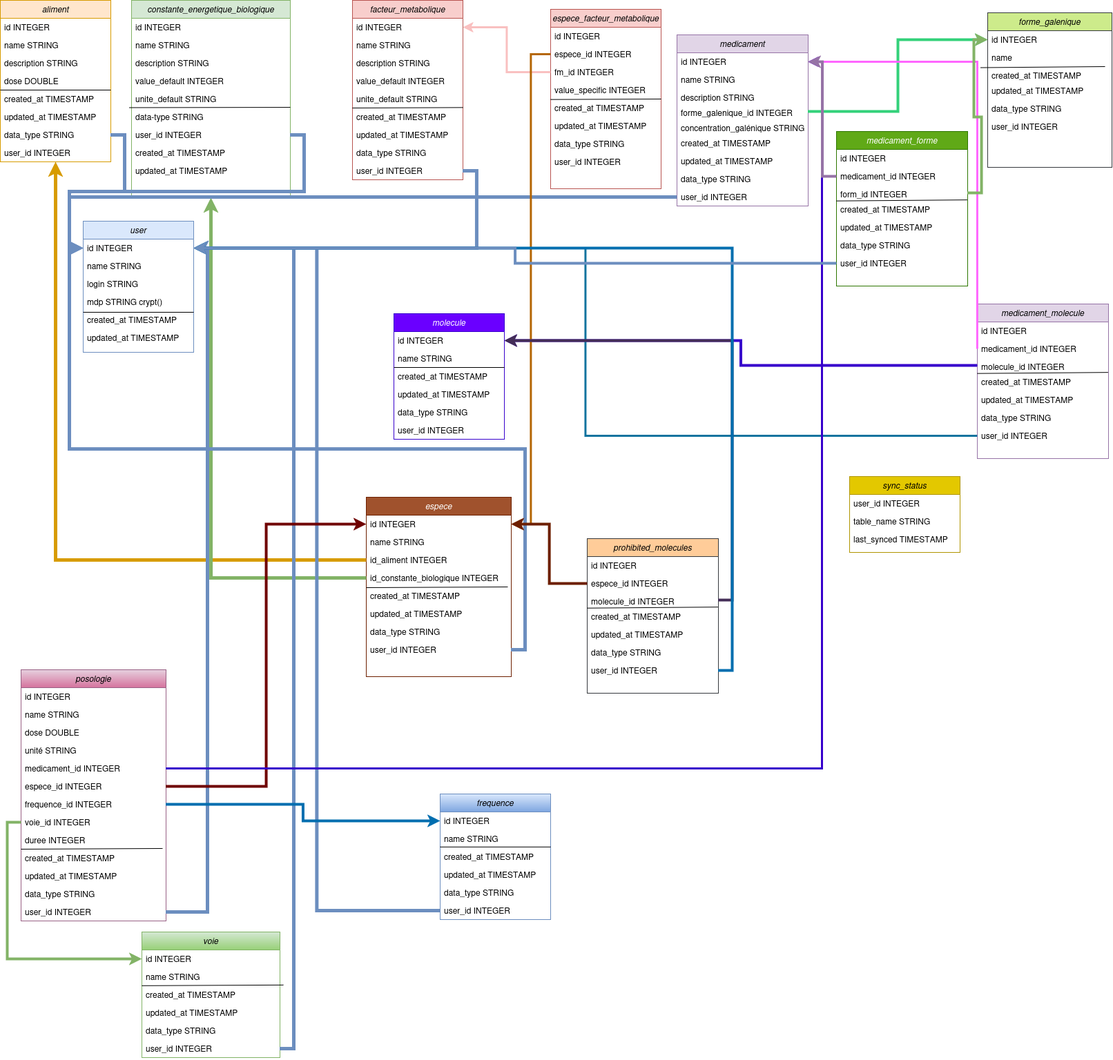
Before: Bourgelab.drawio.png, a diagram exported from draw.io (adrienCaminade/adrienCaminade). Source tidied: cells renumbered, new cells last; positions are measured from the earlier drawing's top-left corner, leaving out a move shared by most shapes.
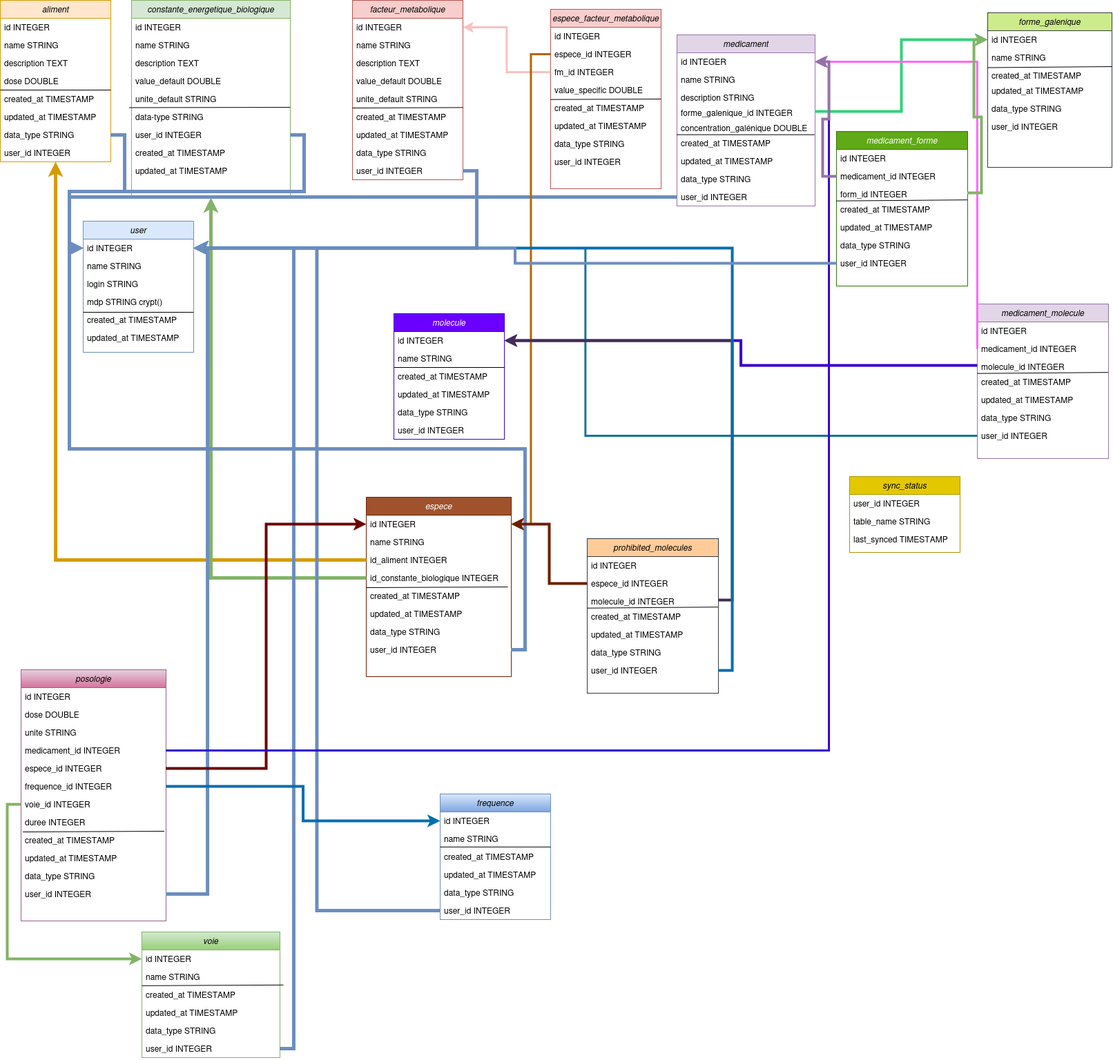
After the change.

Change to the diagram source:
```diff
@@ -11,7 +11,7 @@
     <mxCell id="4" value="name STRING" style="text;align=left;verticalAlign=top;spacingLeft=4;spacingRight=4;overflow=hidden;rounded=0;shadow=0;html=0;" parent="2" vertex="1">
       <mxGeometry y="52" width="160" height="26" as="geometry" />
     </mxCell>
-    <mxCell id="5" value="description STRING" style="text;align=left;verticalAlign=top;spacingLeft=4;spacingRight=4;overflow=hidden;rounded=0;shadow=0;html=0;" parent="2" vertex="1">
+    <mxCell id="5" value="description TEXT" style="text;align=left;verticalAlign=top;spacingLeft=4;spacingRight=4;overflow=hidden;rounded=0;shadow=0;html=0;" parent="2" vertex="1">
       <mxGeometry y="78" width="160" height="26" as="geometry" />
     </mxCell>
     <mxCell id="6" value="dose DOUBLE" style="text;align=left;verticalAlign=top;spacingLeft=4;spacingRight=4;overflow=hidden;rounded=0;shadow=0;html=0;" parent="2" vertex="1">
@@ -44,10 +44,10 @@
     <mxCell id="14" value="name STRING" style="text;align=left;verticalAlign=top;spacingLeft=4;spacingRight=4;overflow=hidden;rounded=0;shadow=0;html=0;" parent="12" vertex="1">
       <mxGeometry y="52" width="230" height="26" as="geometry" />
     </mxCell>
-    <mxCell id="15" value="description STRING" style="text;align=left;verticalAlign=top;spacingLeft=4;spacingRight=4;overflow=hidden;rounded=0;shadow=0;html=0;" parent="12" vertex="1">
+    <mxCell id="15" value="description TEXT" style="text;align=left;verticalAlign=top;spacingLeft=4;spacingRight=4;overflow=hidden;rounded=0;shadow=0;html=0;" parent="12" vertex="1">
       <mxGeometry y="78" width="230" height="26" as="geometry" />
     </mxCell>
-    <mxCell id="16" value="value_default INTEGER" style="text;align=left;verticalAlign=top;spacingLeft=4;spacingRight=4;overflow=hidden;rounded=0;shadow=0;html=0;" parent="12" vertex="1">
+    <mxCell id="16" value="value_default DOUBLE" style="text;align=left;verticalAlign=top;spacingLeft=4;spacingRight=4;overflow=hidden;rounded=0;shadow=0;html=0;" parent="12" vertex="1">
       <mxGeometry y="104" width="230" height="26" as="geometry" />
     </mxCell>
     <mxCell id="17" value="unite_default STRING" style="text;align=left;verticalAlign=top;spacingLeft=4;spacingRight=4;overflow=hidden;rounded=0;shadow=0;html=0;" parent="12" vertex="1">
@@ -80,10 +80,10 @@
     <mxCell id="25" value="name STRING" style="text;align=left;verticalAlign=top;spacingLeft=4;spacingRight=4;overflow=hidden;rounded=0;shadow=0;html=0;" parent="23" vertex="1">
       <mxGeometry y="52" width="160" height="26" as="geometry" />
     </mxCell>
-    <mxCell id="26" value="description STRING" style="text;align=left;verticalAlign=top;spacingLeft=4;spacingRight=4;overflow=hidden;rounded=0;shadow=0;html=0;" parent="23" vertex="1">
+    <mxCell id="26" value="description TEXT" style="text;align=left;verticalAlign=top;spacingLeft=4;spacingRight=4;overflow=hidden;rounded=0;shadow=0;html=0;" parent="23" vertex="1">
       <mxGeometry y="78" width="160" height="26" as="geometry" />
     </mxCell>
-    <mxCell id="27" value="value_default INTEGER" style="text;align=left;verticalAlign=top;spacingLeft=4;spacingRight=4;overflow=hidden;rounded=0;shadow=0;html=0;" parent="23" vertex="1">
+    <mxCell id="27" value="value_default DOUBLE" style="text;align=left;verticalAlign=top;spacingLeft=4;spacingRight=4;overflow=hidden;rounded=0;shadow=0;html=0;" parent="23" vertex="1">
       <mxGeometry y="104" width="160" height="26" as="geometry" />
     </mxCell>
     <mxCell id="28" value="unite_default STRING" style="text;align=left;verticalAlign=top;spacingLeft=4;spacingRight=4;overflow=hidden;rounded=0;shadow=0;html=0;" parent="23" vertex="1">
@@ -141,34 +141,39 @@
       <mxGeometry y="208" width="210" height="26" as="geometry" />
     </mxCell>
     <mxCell id="44" value="medicament" style="swimlane;fontStyle=2;align=center;verticalAlign=top;horizontal=1;startSize=26;rounded=0;shadow=0;strokeWidth=1;fillColor=#e1d5e7;strokeColor=#9673a6;" parent="1" vertex="1">
-      <mxGeometry x="980" y="50" width="190" height="248" as="geometry" />
+      <mxGeometry x="980" y="50" width="200" height="248" as="geometry" />
     </mxCell>
     <mxCell id="45" value="id INTEGER" style="text;align=left;verticalAlign=top;spacingLeft=4;spacingRight=4;overflow=hidden;points=[[0,0.5],[1,0.5]];portConstraint=eastwest;" parent="44" vertex="1">
-      <mxGeometry y="26" width="190" height="26" as="geometry" />
+      <mxGeometry y="26" width="200" height="26" as="geometry" />
     </mxCell>
     <mxCell id="46" value="name STRING" style="text;align=left;verticalAlign=top;spacingLeft=4;spacingRight=4;overflow=hidden;rounded=0;shadow=0;html=0;" parent="44" vertex="1">
-      <mxGeometry y="52" width="190" height="26" as="geometry" />
+      <mxGeometry y="52" width="200" height="26" as="geometry" />
     </mxCell>
     <mxCell id="47" value="description STRING" style="text;align=left;verticalAlign=top;spacingLeft=4;spacingRight=4;overflow=hidden;rounded=0;shadow=0;html=0;" parent="44" vertex="1">
-      <mxGeometry y="78" width="190" height="22" as="geometry" />
+      <mxGeometry y="78" width="200" height="22" as="geometry" />
     </mxCell>
     <mxCell id="48" value="forme_galenique_id INTEGER" style="text;align=left;verticalAlign=top;spacingLeft=4;spacingRight=4;overflow=hidden;points=[[0,0.5],[1,0.5]];portConstraint=eastwest;rounded=0;shadow=0;html=0;" parent="44" vertex="1">
-      <mxGeometry y="100" width="190" height="22" as="geometry" />
+      <mxGeometry y="100" width="200" height="22" as="geometry" />
     </mxCell>
-    <mxCell id="49" value="concentration_galénique STRING" style="text;align=left;verticalAlign=top;spacingLeft=4;spacingRight=4;overflow=hidden;rounded=0;shadow=0;html=0;" parent="44" vertex="1">
-      <mxGeometry y="122" width="190" height="22" as="geometry" />
+    <mxCell id="49" value="concentration_galénique DOUBLE" style="text;align=left;verticalAlign=top;spacingLeft=4;spacingRight=4;overflow=hidden;rounded=0;shadow=0;html=0;" parent="44" vertex="1">
+      <mxGeometry y="122" width="200" height="22" as="geometry" />
     </mxCell>
+    <mxCell id="176" style="endArrow=none;html=1;rounded=0;entryX=0.995;entryY=0.027;entryDx=0;entryDy=0;entryPerimeter=0;" parent="44" edge="1" target="50">
+      <mxGeometry relative="1" as="geometry">
+        <mxPoint y="144.7" as="sourcePoint" />
+      </mxGeometry>
+    </mxCell>
     <mxCell id="50" value="created_at TIMESTAMP" style="text;align=left;verticalAlign=top;spacingLeft=4;spacingRight=4;overflow=hidden;points=[[0,0.5],[1,0.5]];portConstraint=eastwest;rounded=0;shadow=0;html=0;" parent="44" vertex="1">
-      <mxGeometry y="144" width="190" height="26" as="geometry" />
+      <mxGeometry y="144" width="200" height="26" as="geometry" />
     </mxCell>
     <mxCell id="51" value="updated_at TIMESTAMP" style="text;align=left;verticalAlign=top;spacingLeft=4;spacingRight=4;overflow=hidden;rounded=0;shadow=0;html=0;" parent="44" vertex="1">
-      <mxGeometry y="170" width="190" height="26" as="geometry" />
+      <mxGeometry y="170" width="200" height="26" as="geometry" />
     </mxCell>
     <mxCell id="52" value="data_type STRING" style="text;align=left;verticalAlign=top;spacingLeft=4;spacingRight=4;overflow=hidden;rounded=0;shadow=0;html=0;" parent="44" vertex="1">
-      <mxGeometry y="196" width="190" height="26" as="geometry" />
+      <mxGeometry y="196" width="200" height="26" as="geometry" />
     </mxCell>
     <mxCell id="53" value="user_id INTEGER" style="text;align=left;verticalAlign=top;spacingLeft=4;spacingRight=4;overflow=hidden;points=[[0,0.5],[1,0.5]];portConstraint=eastwest;rounded=0;shadow=0;html=0;" parent="44" vertex="1">
-      <mxGeometry y="222" width="190" height="26" as="geometry" />
+      <mxGeometry y="222" width="200" height="26" as="geometry" />
     </mxCell>
     <mxCell id="54" style="edgeStyle=orthogonalEdgeStyle;rounded=0;jettySize=auto;html=1;exitX=0;exitY=0.5;exitDx=0;exitDy=0;entryX=0.5;entryY=1;entryDx=0;entryDy=0;fillColor=#ffe6cc;strokeColor=#d79b00;strokeWidth=5;" parent="1" edge="1" source="37" target="2">
       <mxGeometry relative="1" as="geometry" />
@@ -293,47 +298,44 @@
     <mxCell id="91" value="id INTEGER" style="text;align=left;verticalAlign=top;spacingLeft=4;spacingRight=4;overflow=hidden;" parent="90" vertex="1">
       <mxGeometry y="26" width="210" height="26" as="geometry" />
     </mxCell>
-    <mxCell id="92" value="name STRING" style="text;align=left;verticalAlign=top;spacingLeft=4;spacingRight=4;overflow=hidden;rounded=0;shadow=0;html=0;" parent="90" vertex="1">
-      <mxGeometry y="52" width="210" height="26" as="geometry" />
-    </mxCell>
     <mxCell id="93" value="dose DOUBLE" style="text;align=left;verticalAlign=top;spacingLeft=4;spacingRight=4;overflow=hidden;rounded=0;shadow=0;html=0;" parent="90" vertex="1">
-      <mxGeometry y="78" width="210" height="26" as="geometry" />
+      <mxGeometry y="52" width="210" height="26" as="geometry" />
     </mxCell>
-    <mxCell id="94" value="unité STRING" style="text;align=left;verticalAlign=top;spacingLeft=4;spacingRight=4;overflow=hidden;rounded=0;shadow=0;html=0;" parent="90" vertex="1">
-      <mxGeometry y="104" width="210" height="26" as="geometry" />
+    <mxCell id="94" value="unite STRING" style="text;align=left;verticalAlign=top;spacingLeft=4;spacingRight=4;overflow=hidden;rounded=0;shadow=0;html=0;" parent="90" vertex="1">
+      <mxGeometry y="78" width="210" height="26" as="geometry" />
     </mxCell>
     <mxCell id="95" value="medicament_id INTEGER" style="text;align=left;verticalAlign=top;spacingLeft=4;spacingRight=4;overflow=hidden;points=[[0,0.5],[1,0.5]];portConstraint=eastwest;rounded=0;shadow=0;html=0;" parent="90" vertex="1">
-      <mxGeometry y="130" width="210" height="26" as="geometry" />
+      <mxGeometry y="104" width="210" height="26" as="geometry" />
     </mxCell>
     <mxCell id="96" value="espece_id INTEGER" style="text;align=left;verticalAlign=top;spacingLeft=4;spacingRight=4;overflow=hidden;points=[[0,0.5],[1,0.5]];portConstraint=eastwest;rounded=0;shadow=0;html=0;" parent="90" vertex="1">
-      <mxGeometry y="156" width="210" height="26" as="geometry" />
+      <mxGeometry y="130" width="210" height="26" as="geometry" />
     </mxCell>
     <mxCell id="97" value="frequence_id INTEGER" style="text;align=left;verticalAlign=top;spacingLeft=4;spacingRight=4;overflow=hidden;points=[[0,0.5],[1,0.5]];portConstraint=eastwest;rounded=0;shadow=0;html=0;" parent="90" vertex="1">
-      <mxGeometry y="182" width="210" height="26" as="geometry" />
+      <mxGeometry y="156" width="210" height="26" as="geometry" />
     </mxCell>
     <mxCell id="98" value="voie_id INTEGER" style="text;align=left;verticalAlign=top;spacingLeft=4;spacingRight=4;overflow=hidden;points=[[0,0.5],[1,0.5]];portConstraint=eastwest;rounded=0;shadow=0;html=0;" parent="90" vertex="1">
-      <mxGeometry y="208" width="210" height="26" as="geometry" />
+      <mxGeometry y="182" width="210" height="26" as="geometry" />
     </mxCell>
+    <mxCell id="101" style="endArrow=none;html=1;rounded=0;exitX=0.019;exitY=0.077;exitDx=0;exitDy=0;exitPerimeter=0;entryX=0.995;entryY=1.038;entryDx=0;entryDy=0;entryPerimeter=0;" parent="90" edge="1">
+      <mxGeometry relative="1" as="geometry">
+        <mxPoint x="2.5" y="235" as="sourcePoint" />
+        <mxPoint x="207.5" y="234" as="targetPoint" />
+      </mxGeometry>
+    </mxCell>
     <mxCell id="99" value="duree INTEGER" style="text;align=left;verticalAlign=top;spacingLeft=4;spacingRight=4;overflow=hidden;rounded=0;shadow=0;html=0;" parent="90" vertex="1">
-      <mxGeometry y="234" width="210" height="26" as="geometry" />
+      <mxGeometry y="208" width="210" height="26" as="geometry" />
     </mxCell>
     <mxCell id="100" value="created_at TIMESTAMP" style="text;align=left;verticalAlign=top;spacingLeft=4;spacingRight=4;overflow=hidden;rounded=0;shadow=0;html=0;" parent="90" vertex="1">
-      <mxGeometry y="260" width="210" height="26" as="geometry" />
+      <mxGeometry y="234" width="210" height="26" as="geometry" />
     </mxCell>
-    <mxCell id="101" style="endArrow=none;html=1;rounded=0;exitX=0.019;exitY=0.077;exitDx=0;exitDy=0;exitPerimeter=0;entryX=0.995;entryY=1.038;entryDx=0;entryDy=0;entryPerimeter=0;" parent="90" edge="1">
-      <mxGeometry relative="1" as="geometry">
-        <mxPoint y="260" as="sourcePoint" />
-        <mxPoint x="205" y="259" as="targetPoint" />
-      </mxGeometry>
-    </mxCell>
     <mxCell id="102" value="updated_at TIMESTAMP" style="text;align=left;verticalAlign=top;spacingLeft=4;spacingRight=4;overflow=hidden;rounded=0;shadow=0;html=0;" parent="90" vertex="1">
-      <mxGeometry y="286" width="210" height="26" as="geometry" />
+      <mxGeometry y="260" width="210" height="26" as="geometry" />
     </mxCell>
     <mxCell id="103" value="data_type STRING" style="text;align=left;verticalAlign=top;spacingLeft=4;spacingRight=4;overflow=hidden;rounded=0;shadow=0;html=0;" parent="90" vertex="1">
-      <mxGeometry y="312" width="210" height="26" as="geometry" />
+      <mxGeometry y="286" width="210" height="26" as="geometry" />
     </mxCell>
     <mxCell id="104" value="user_id INTEGER" style="text;align=left;verticalAlign=top;spacingLeft=4;spacingRight=4;overflow=hidden;points=[[0,0.5],[1,0.5]];portConstraint=eastwest;rounded=0;shadow=0;html=0;" parent="90" vertex="1">
-      <mxGeometry y="338" width="210" height="26" as="geometry" />
+      <mxGeometry y="312" width="210" height="26" as="geometry" />
     </mxCell>
     <mxCell id="105" value="voie" style="swimlane;fontStyle=2;align=center;verticalAlign=top;horizontal=1;startSize=26;rounded=0;shadow=0;strokeWidth=1;fillColor=#d5e8d4;strokeColor=#82b366;gradientColor=#97d077;" parent="1" vertex="1">
       <mxGeometry x="205" y="1350" width="200" height="182" as="geometry" />
@@ -380,7 +382,7 @@
     <mxCell id="118" value="fm_id INTEGER" style="text;align=left;verticalAlign=top;spacingLeft=4;spacingRight=4;overflow=hidden;points=[[0,0.5],[1,0.5]];portConstraint=eastwest;rounded=0;shadow=0;html=0;" parent="115" vertex="1">
       <mxGeometry y="78" width="160" height="26" as="geometry" />
     </mxCell>
-    <mxCell id="119" value="value_specific INTEGER" style="text;align=left;verticalAlign=top;spacingLeft=4;spacingRight=4;overflow=hidden;rounded=0;shadow=0;html=0;" parent="115" vertex="1">
+    <mxCell id="119" value="value_specific DOUBLE" style="text;align=left;verticalAlign=top;spacingLeft=4;spacingRight=4;overflow=hidden;rounded=0;shadow=0;html=0;" parent="115" vertex="1">
       <mxGeometry y="104" width="160" height="26" as="geometry" />
     </mxCell>
     <mxCell id="120" style="endArrow=none;html=1;rounded=0;entryX=1.001;entryY=-0.026;entryDx=0;entryDy=0;entryPerimeter=0;" parent="115" edge="1">
@@ -439,9 +441,15 @@
     <mxCell id="136" value="id INTEGER" style="text;align=left;verticalAlign=top;spacingLeft=4;spacingRight=4;overflow=hidden;points=[[0,0.5],[1,0.5]];portConstraint=eastwest;" parent="135" vertex="1">
       <mxGeometry y="26" width="180" height="26" as="geometry" />
     </mxCell>
-    <mxCell id="137" value="name" style="text;align=left;verticalAlign=top;spacingLeft=4;spacingRight=4;overflow=hidden;rounded=0;shadow=0;html=0;" parent="135" vertex="1">
+    <mxCell id="137" value="name STRING" style="text;align=left;verticalAlign=top;spacingLeft=4;spacingRight=4;overflow=hidden;rounded=0;shadow=0;html=0;" parent="135" vertex="1">
       <mxGeometry y="52" width="180" height="26" as="geometry" />
     </mxCell>
+    <mxCell id="142" style="endArrow=none;html=1;rounded=0;" parent="135" edge="1">
+      <mxGeometry relative="1" as="geometry">
+        <mxPoint y="79.5" as="sourcePoint" />
+        <mxPoint x="180" y="78" as="targetPoint" />
+      </mxGeometry>
+    </mxCell>
     <mxCell id="138" value="created_at TIMESTAMP" style="text;align=left;verticalAlign=top;spacingLeft=4;spacingRight=4;overflow=hidden;rounded=0;shadow=0;html=0;" parent="135" vertex="1">
       <mxGeometry y="78" width="180" height="22" as="geometry" />
     </mxCell>
@@ -454,12 +462,6 @@
     <mxCell id="141" value="user_id INTEGER" style="text;align=left;verticalAlign=top;spacingLeft=4;spacingRight=4;overflow=hidden;rounded=0;shadow=0;html=0;" parent="135" vertex="1">
       <mxGeometry y="152" width="180" height="26" as="geometry" />
     </mxCell>
-    <mxCell id="142" style="endArrow=none;html=1;rounded=0;" parent="1" edge="1">
-      <mxGeometry relative="1" as="geometry">
-        <mxPoint x="1420" y="97.5" as="sourcePoint" />
-        <mxPoint x="1600" y="96" as="targetPoint" />
-      </mxGeometry>
-    </mxCell>
     <mxCell id="143" style="edgeStyle=orthogonalEdgeStyle;rounded=0;jettySize=auto;html=1;exitX=1;exitY=0.5;exitDx=0;exitDy=0;entryX=0;entryY=0.5;entryDx=0;entryDy=0;fillColor=#cdeb8b;strokeColor=#33d17a;strokeWidth=4;" parent="1" edge="1" source="48" target="136">
       <mxGeometry relative="1" as="geometry" />
     </mxCell>
```
